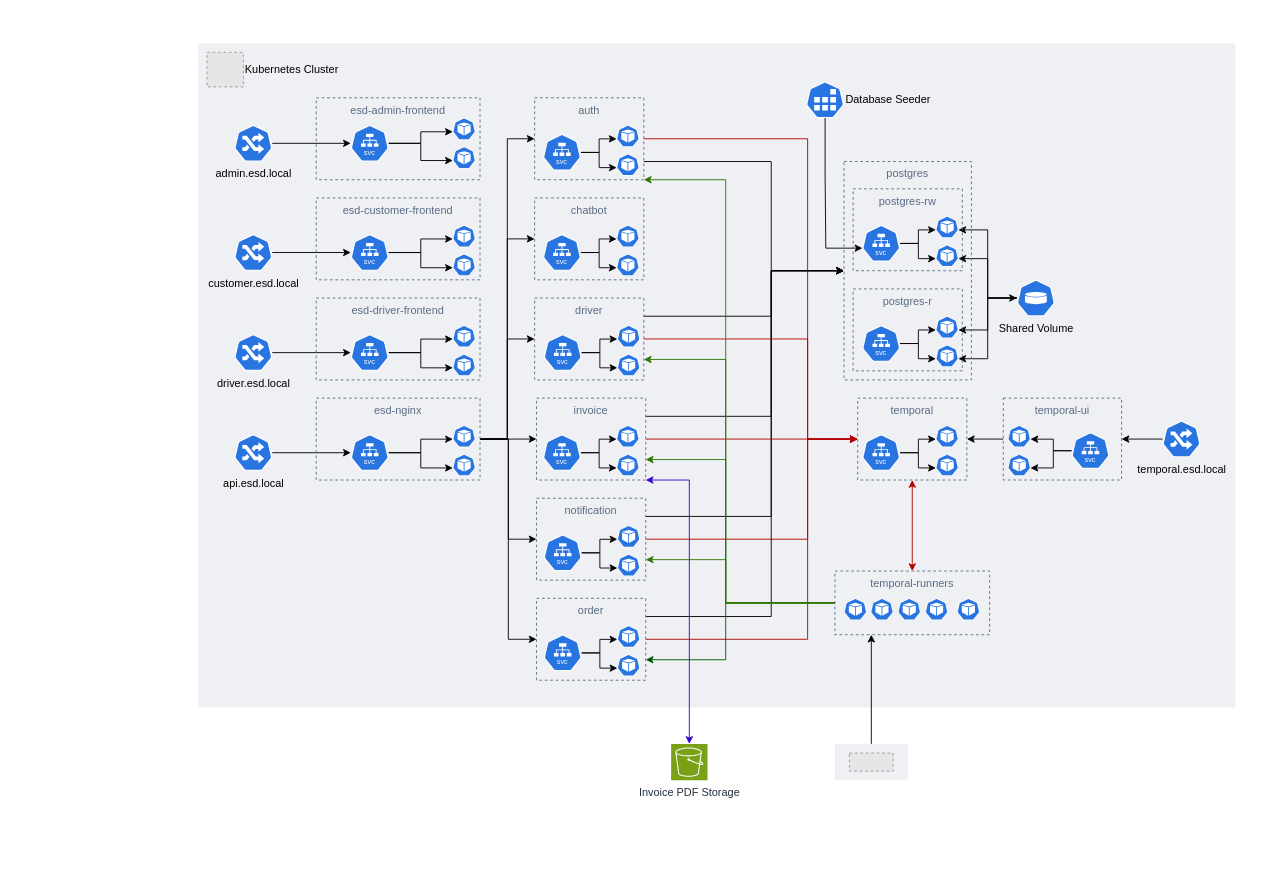
The draw.io diagram diagrams/kubernetes.drawio in darkliyznyanlin910/esd-2425T2, before the edit. Source tidied: cells renumbered, new cells numbered last; positions are measured from the earlier drawing's top-left corner, leaving out a move shared by most shapes. Both pictures are drawn from the tidied source at 91%, with x=0, y=0 at pixel (197, 43). Pictures stored in the file or linked from it are replaced by grey dashed boxes.
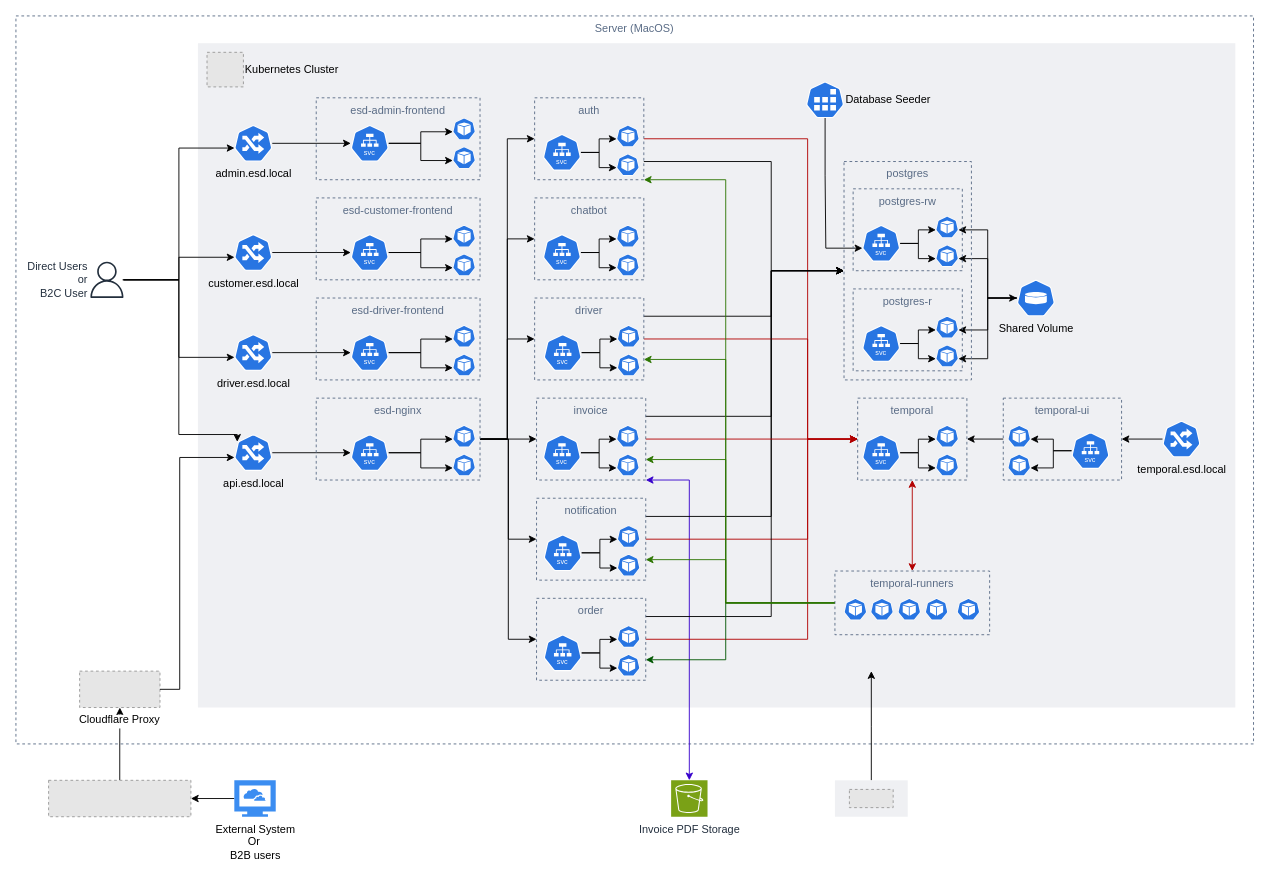
After the change.

The change refers to these unchanged cells:
```xml
<mxCell id="7" value="admin.esd.local" style="sketch=0;html=1;dashed=0;whitespace=wrap;verticalLabelPosition=bottom;verticalAlign=top;fillColor=#2875E2;strokeColor=#ffffff;points=[[0.005,0.63,0],[0.1,0.2,0],[0.9,0.2,0],[0.5,0,0],[0.995,0.63,0],[0.72,0.99,0],[0.5,1,0],[0.28,0.99,0]];shape=mxgraph.kubernetes.icon2;prIcon=ing;" parent="5" vertex="1">
  <mxGeometry x="40" y="90" width="41.7" height="40" as="geometry" />
</mxCell>
<mxCell id="9" value="customer.esd.local" style="sketch=0;html=1;dashed=0;whitespace=wrap;verticalLabelPosition=bottom;verticalAlign=top;fillColor=#2875E2;strokeColor=#ffffff;points=[[0.005,0.63,0],[0.1,0.2,0],[0.9,0.2,0],[0.5,0,0],[0.995,0.63,0],[0.72,0.99,0],[0.5,1,0],[0.28,0.99,0]];shape=mxgraph.kubernetes.icon2;prIcon=ing;" parent="5" vertex="1">
  <mxGeometry x="40" y="210" width="41.7" height="40" as="geometry" />
</mxCell>
<mxCell id="11" value="driver.esd.local" style="sketch=0;html=1;dashed=0;whitespace=wrap;verticalLabelPosition=bottom;verticalAlign=top;fillColor=#2875E2;strokeColor=#ffffff;points=[[0.005,0.63,0],[0.1,0.2,0],[0.9,0.2,0],[0.5,0,0],[0.995,0.63,0],[0.72,0.99,0],[0.5,1,0],[0.28,0.99,0]];shape=mxgraph.kubernetes.icon2;prIcon=ing;" parent="5" vertex="1">
  <mxGeometry x="40" y="320" width="41.7" height="40" as="geometry" />
</mxCell>
<mxCell id="13" value="api.esd.local" style="sketch=0;html=1;dashed=0;whitespace=wrap;verticalLabelPosition=bottom;verticalAlign=top;fillColor=#2875E2;strokeColor=#ffffff;points=[[0.005,0.63,0],[0.1,0.2,0],[0.9,0.2,0],[0.5,0,0],[0.995,0.63,0],[0.72,0.99,0],[0.5,1,0],[0.28,0.99,0]];shape=mxgraph.kubernetes.icon2;prIcon=ing;" parent="5" vertex="1">
  <mxGeometry x="40" y="430" width="41.7" height="40" as="geometry" />
</mxCell>
```

The edit, as a diff of the source:
```diff
@@
+    <mxCell id="168" style="edgeStyle=orthogonalEdgeStyle;rounded=0;jettySize=auto;html=1;" parent="1" edge="1" source="169" target="176">
+      <mxGeometry relative="1" as="geometry" />
+    </mxCell>
+    <mxCell id="169" style="fillColor=#E6E6E6;strokeColor=#999999;dashed=1;verticalLabelPosition=bottom;labelBackgroundColor=default;verticalAlign=top;" parent="1" vertex="1">
+      <mxGeometry x="-164.1" y="810" width="156.4" height="40" as="geometry" />
+    </mxCell>
+    <mxCell id="170" style="edgeStyle=orthogonalEdgeStyle;rounded=0;jettySize=auto;html=1;" parent="1" edge="1" source="171" target="169">
+      <mxGeometry relative="1" as="geometry" />
+    </mxCell>
+    <mxCell id="171" value="External System&lt;div&gt;Or&amp;nbsp;&lt;/div&gt;&lt;div&gt;B2B users&lt;/div&gt;" style="sketch=0;html=1;strokeColor=none;shadow=0;fillColor=#3B8DF1;verticalAlign=top;labelPosition=center;verticalLabelPosition=bottom;shape=mxgraph.gcp2.cloud_computer;" parent="1" vertex="1">
+      <mxGeometry x="40" y="810" width="45.5" height="40" as="geometry" />
+    </mxCell>
+    <mxCell id="172" value="Direct Users&lt;br&gt;or&lt;br&gt;B2C User" style="sketch=0;outlineConnect=0;fontColor=#232F3E;gradientColor=none;fillColor=#232F3D;strokeColor=none;dashed=0;verticalLabelPosition=middle;verticalAlign=middle;align=right;html=1;fontSize=12;fontStyle=0;shape=mxgraph.aws4.user;labelPosition=left;" parent="1" vertex="1">
+      <mxGeometry x="-120" y="240" width="40" height="40" as="geometry" />
+    </mxCell>
+    <mxCell id="173" style="edgeStyle=orthogonalEdgeStyle;rounded=0;jettySize=auto;html=1;entryX=0.005;entryY=0.63;entryDx=0;entryDy=0;entryPerimeter=0;" parent="1" edge="1" source="172" target="7">
+      <mxGeometry relative="1" as="geometry" />
+    </mxCell>
+    <mxCell id="174" style="edgeStyle=orthogonalEdgeStyle;rounded=0;jettySize=auto;html=1;entryX=0.005;entryY=0.63;entryDx=0;entryDy=0;entryPerimeter=0;" parent="1" edge="1" source="172" target="9">
+      <mxGeometry relative="1" as="geometry" />
+    </mxCell>
+    <mxCell id="175" style="edgeStyle=orthogonalEdgeStyle;rounded=0;jettySize=auto;html=1;entryX=0.005;entryY=0.63;entryDx=0;entryDy=0;entryPerimeter=0;" parent="1" edge="1" source="172" target="11">
+      <mxGeometry relative="1" as="geometry" />
+    </mxCell>
+    <mxCell id="176" value="Cloudflare Proxy" style="fillColor=#E6E6E6;strokeColor=#999999;dashed=1;verticalLabelPosition=bottom;labelBackgroundColor=default;verticalAlign=top;" parent="1" vertex="1">
+      <mxGeometry x="-130" y="690" width="88.3" height="40" as="geometry" />
+    </mxCell>
+    <mxCell id="177" style="edgeStyle=orthogonalEdgeStyle;rounded=0;jettySize=auto;html=1;entryX=0.005;entryY=0.63;entryDx=0;entryDy=0;entryPerimeter=0;" parent="1" edge="1" source="176" target="13">
+      <mxGeometry relative="1" as="geometry">
+        <Array as="points">
+          <mxPoint x="-20" y="710" />
+          <mxPoint x="-20" y="455" />
+        </Array>
+      </mxGeometry>
+    </mxCell>
+    <mxCell id="178" style="edgeStyle=orthogonalEdgeStyle;rounded=0;orthogonalLoop=1;jettySize=auto;html=1;entryX=0.1;entryY=0.2;entryDx=0;entryDy=0;entryPerimeter=0;" parent="1" edge="1">
+      <mxGeometry relative="1" as="geometry">
+        <mxPoint x="-82.8" y="260" as="sourcePoint" />
+        <mxPoint x="43.2" y="438" as="targetPoint" />
+        <Array as="points">
+          <mxPoint x="-21" y="260" />
+          <mxPoint x="-21" y="430" />
+          <mxPoint x="43" y="430" />
+        </Array>
+      </mxGeometry>
+    </mxCell>
+    <mxCell id="179" value="Server (MacOS)" style="fillColor=none;strokeColor=#5A6C86;dashed=1;verticalAlign=top;fontStyle=0;fontColor=#5A6C86;whiteSpace=wrap;html=1;" parent="1" vertex="1">
+      <mxGeometry x="-200" y="-30" width="1360" height="800" as="geometry" />
+    </mxCell>
@@
     <mxCell id="122" style="group;" parent="5" vertex="1">
-      <mxGeometry x="700" y="770" width="80" height="40" as="geometry" />
+      <mxGeometry x="700" y="810" width="80" height="40" as="geometry" />
     </mxCell>
@@
     <mxCell id="127" value="Invoice PDF Storage" style="sketch=0;points=[[0,0,0],[0.25,0,0],[0.5,0,0],[0.75,0,0],[1,0,0],[0,1,0],[0.25,1,0],[0.5,1,0],[0.75,1,0],[1,1,0],[0,0.25,0],[0,0.5,0],[0,0.75,0],[1,0.25,0],[1,0.5,0],[1,0.75,0]];outlineConnect=0;fontColor=#232F3E;fillColor=#7AA116;strokeColor=#ffffff;dashed=0;verticalLabelPosition=bottom;verticalAlign=top;align=center;html=1;fontSize=12;fontStyle=0;shape=mxgraph.aws4.resourceIcon;resIcon=mxgraph.aws4.s3;" parent="5" vertex="1">
-      <mxGeometry x="520" y="770" width="40" height="40" as="geometry" />
+      <mxGeometry x="520" y="810" width="40" height="40" as="geometry" />
     </mxCell>
```
